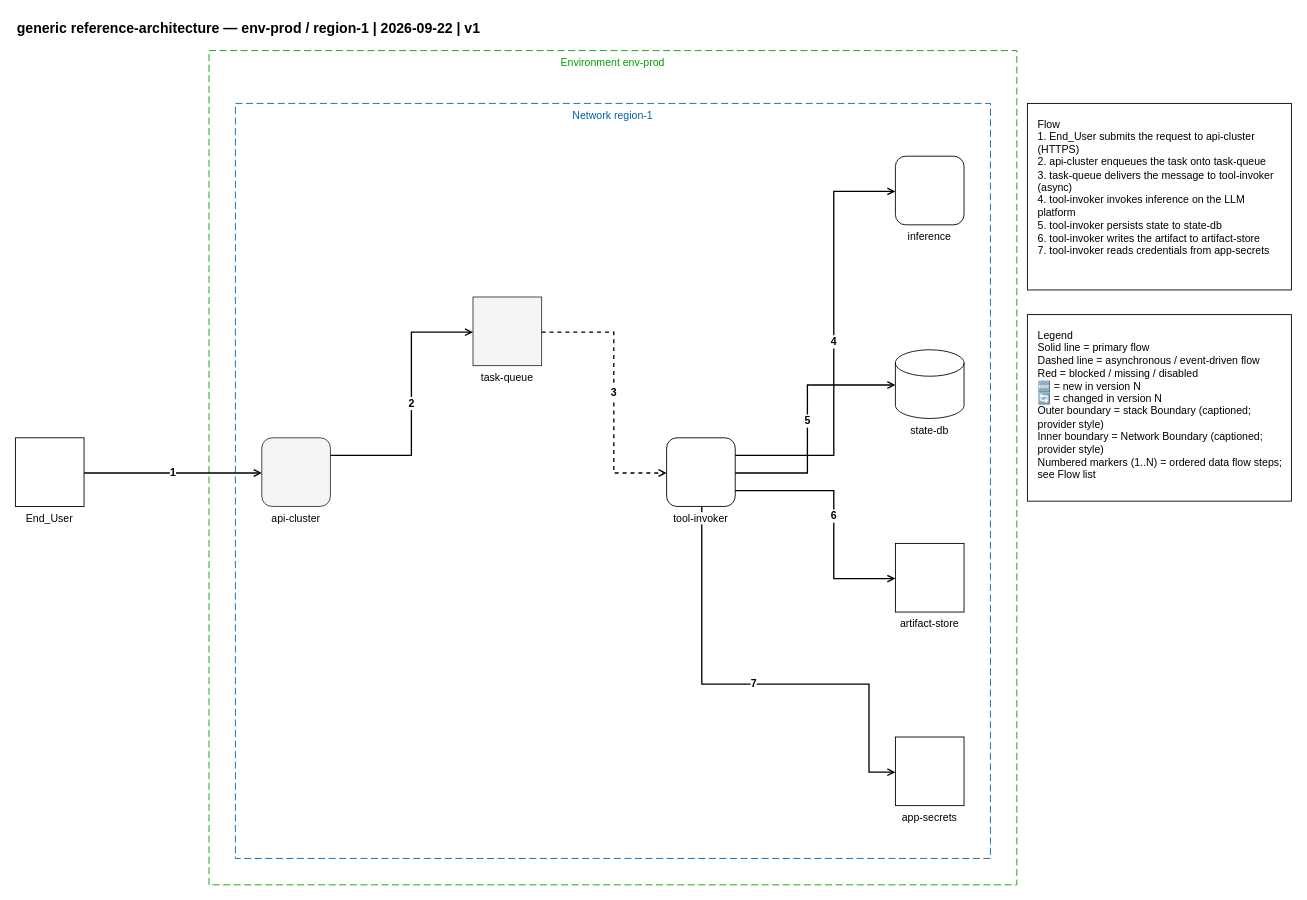
Above: examples/generic/01-generic-reference-architecture.drawio in totoshko88/Cloud_Architecture (draw.io), before the change. Source tidied: cells renumbered, new cells numbered last; positions are measured from the earlier drawing's top-left corner, leaving out a move shared by most shapes. Both pictures are drawn from the tidied source at 88%, with x=0, y=0 at pixel (15, 15).
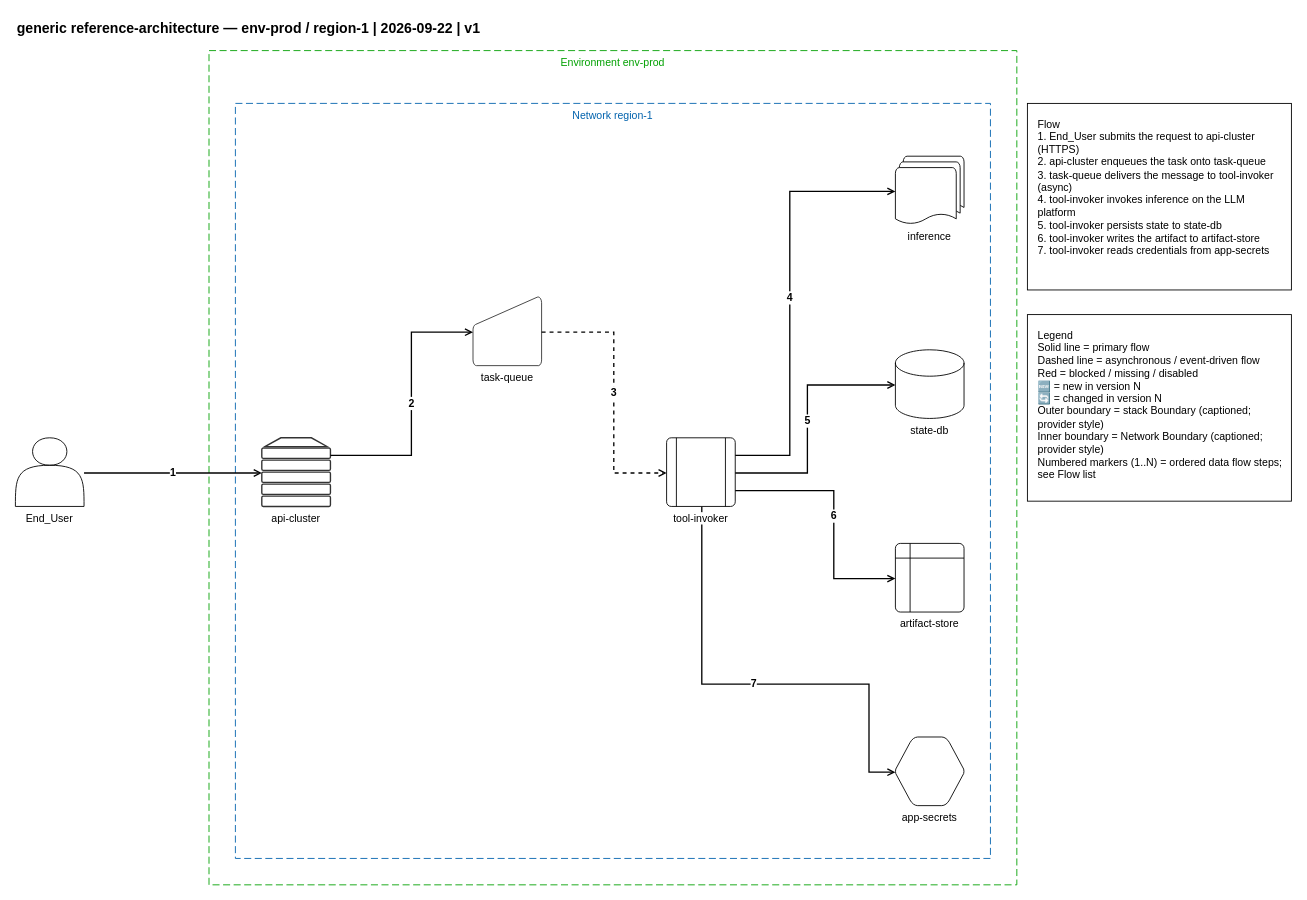
After the change.

What changed in the source:
```diff
@@
-    <mxCell id="6" value="End_User" style="rounded=0;whiteSpace=wrap;html=1;fillColor=#FFFFFF;strokeColor=#000000;verticalLabelPosition=bottom;verticalAlign=top;align=center;fontSize=12;fontStyle=0;" parent="1" vertex="1">
+    <mxCell id="6" value="End_User" style="shape=actor;whiteSpace=wrap;html=1;fillColor=#FFFFFF;strokeColor=#000000;verticalLabelPosition=bottom;verticalAlign=top;align=center;fontSize=12;fontStyle=0;labelBackgroundColor=#FFFFFF;" parent="1" vertex="1">
       <mxGeometry y="480" width="78" height="78" as="geometry" />
     </mxCell>
-    <mxCell id="7" value="api-cluster" style="rounded=1;whiteSpace=wrap;html=1;fillColor=#F5F5F5;strokeColor=#333333;verticalLabelPosition=bottom;verticalAlign=top;align=center;fontSize=12;fontStyle=0;" parent="1" vertex="1">
+    <mxCell id="7" value="api-cluster" style="shape=mxgraph.networks.server;whiteSpace=wrap;html=1;fillColor=#FFFFFF;strokeColor=#333333;verticalLabelPosition=bottom;verticalAlign=top;align=center;fontSize=12;fontStyle=0;labelBackgroundColor=#FFFFFF;" parent="1" vertex="1">
       <mxGeometry x="280" y="480" width="78" height="78" as="geometry" />
     </mxCell>
-    <mxCell id="8" value="task-queue" style="rounded=0;whiteSpace=wrap;html=1;fillColor=#F5F5F5;strokeColor=#333333;verticalLabelPosition=bottom;verticalAlign=top;align=center;fontSize=12;fontStyle=0;" parent="1" vertex="1">
+    <mxCell id="8" value="task-queue" style="shape=mxgraph.flowchart.manual_input;whiteSpace=wrap;html=1;fillColor=#FFFFFF;strokeColor=#333333;verticalLabelPosition=bottom;verticalAlign=top;align=center;fontSize=12;fontStyle=0;labelBackgroundColor=#FFFFFF;" parent="1" vertex="1">
       <mxGeometry x="520" y="320" width="78" height="78" as="geometry" />
     </mxCell>
-    <mxCell id="9" value="tool-invoker" style="rounded=1;whiteSpace=wrap;html=1;fillColor=#FFFFFF;strokeColor=#000000;verticalLabelPosition=bottom;verticalAlign=top;align=center;fontSize=12;fontStyle=0;labelBackgroundColor=#FFFFFF;" parent="1" vertex="1">
+    <mxCell id="9" value="tool-invoker" style="shape=mxgraph.flowchart.predefined_process;whiteSpace=wrap;html=1;fillColor=#FFFFFF;strokeColor=#000000;verticalLabelPosition=bottom;verticalAlign=top;align=center;fontSize=12;fontStyle=0;labelBackgroundColor=#FFFFFF;labelBackgroundColor=#FFFFFF;" parent="1" vertex="1">
       <mxGeometry x="740" y="480" width="78" height="78" as="geometry" />
     </mxCell>
-    <mxCell id="10" value="inference" style="rounded=1;whiteSpace=wrap;html=1;fillColor=#FFFFFF;strokeColor=#000000;verticalLabelPosition=bottom;verticalAlign=top;align=center;fontSize=12;fontStyle=0;" parent="1" vertex="1">
+    <mxCell id="10" value="inference" style="shape=mxgraph.flowchart.multi-document;whiteSpace=wrap;html=1;fillColor=#FFFFFF;strokeColor=#000000;verticalLabelPosition=bottom;verticalAlign=top;align=center;fontSize=12;fontStyle=0;labelBackgroundColor=#FFFFFF;" parent="1" vertex="1">
       <mxGeometry x="1000" y="160" width="78" height="78" as="geometry" />
     </mxCell>
-    <mxCell id="11" value="state-db" style="shape=cylinder3;whiteSpace=wrap;html=1;fillColor=#FFFFFF;strokeColor=#000000;boundedLbl=1;backgroundOutline=1;size=15;verticalLabelPosition=bottom;verticalAlign=top;align=center;fontSize=12;fontStyle=0;" parent="1" vertex="1">
+    <mxCell id="11" value="state-db" style="shape=cylinder3;whiteSpace=wrap;html=1;fillColor=#FFFFFF;strokeColor=#000000;boundedLbl=1;backgroundOutline=1;size=15;verticalLabelPosition=bottom;verticalAlign=top;align=center;fontSize=12;fontStyle=0;labelBackgroundColor=#FFFFFF;" parent="1" vertex="1">
       <mxGeometry x="1000" y="380" width="78" height="78" as="geometry" />
     </mxCell>
-    <mxCell id="12" value="artifact-store" style="rounded=0;whiteSpace=wrap;html=1;fillColor=#FFFFFF;strokeColor=#000000;verticalLabelPosition=bottom;verticalAlign=top;align=center;fontSize=12;fontStyle=0;" parent="1" vertex="1">
+    <mxCell id="12" value="artifact-store" style="shape=mxgraph.flowchart.internal_storage;whiteSpace=wrap;html=1;fillColor=#FFFFFF;strokeColor=#000000;verticalLabelPosition=bottom;verticalAlign=top;align=center;fontSize=12;fontStyle=0;labelBackgroundColor=#FFFFFF;" parent="1" vertex="1">
       <mxGeometry x="1000" y="600" width="78" height="78" as="geometry" />
     </mxCell>
-    <mxCell id="13" value="app-secrets" style="rounded=0;whiteSpace=wrap;html=1;fillColor=#FFFFFF;strokeColor=#000000;dashed=0;verticalLabelPosition=bottom;verticalAlign=top;align=center;fontSize=12;fontStyle=0;" parent="1" vertex="1">
+    <mxCell id="13" value="app-secrets" style="shape=mxgraph.flowchart.preparation;whiteSpace=wrap;html=1;fillColor=#FFFFFF;strokeColor=#000000;verticalLabelPosition=bottom;verticalAlign=top;align=center;fontSize=12;fontStyle=0;labelBackgroundColor=#FFFFFF;" parent="1" vertex="1">
       <mxGeometry x="1000" y="820" width="78" height="78" as="geometry" />
     </mxCell>
@@
     <mxCell id="17" value="4" style="edgeStyle=orthogonalEdgeStyle;rounded=0;html=1;endArrow=open;endFill=0;strokeWidth=1.5;exitX=1.0;exitY=0.2564102564102564;exitDx=0;exitDy=0;exitPerimeter=0;entryX=0.0;entryY=0.5128205128205128;entryDx=0;entryDy=0;fontSize=12;fontStyle=1;" parent="1" edge="1" source="9" target="10">
       <mxGeometry relative="1" as="geometry">
         <Array as="points">
-          <mxPoint x="930" y="500" />
-          <mxPoint x="930" y="200" />
+          <mxPoint x="880" y="500" />
+          <mxPoint x="880" y="200" />
         </Array>
       </mxGeometry>
     </mxCell>
```
